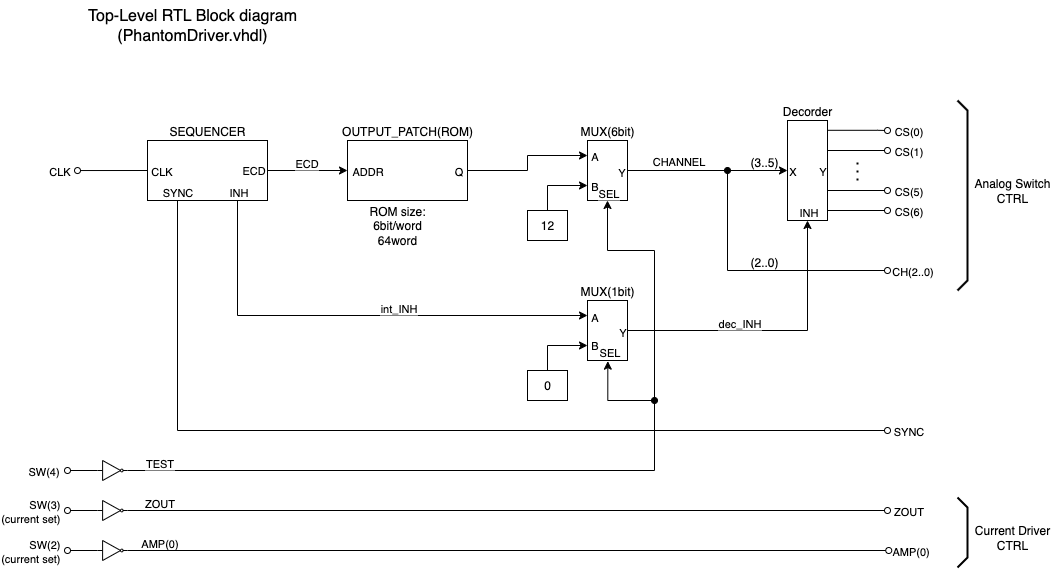
Above: figures/ER524D_HDL_TopLevel_BlockDiagram.drawio.png in mm011106/CalCoilDriver (draw.io), before the change. Source tidied: cells renumbered, new cells last; positions are measured from the earlier drawing's top-left corner, leaving out a move shared by most shapes.
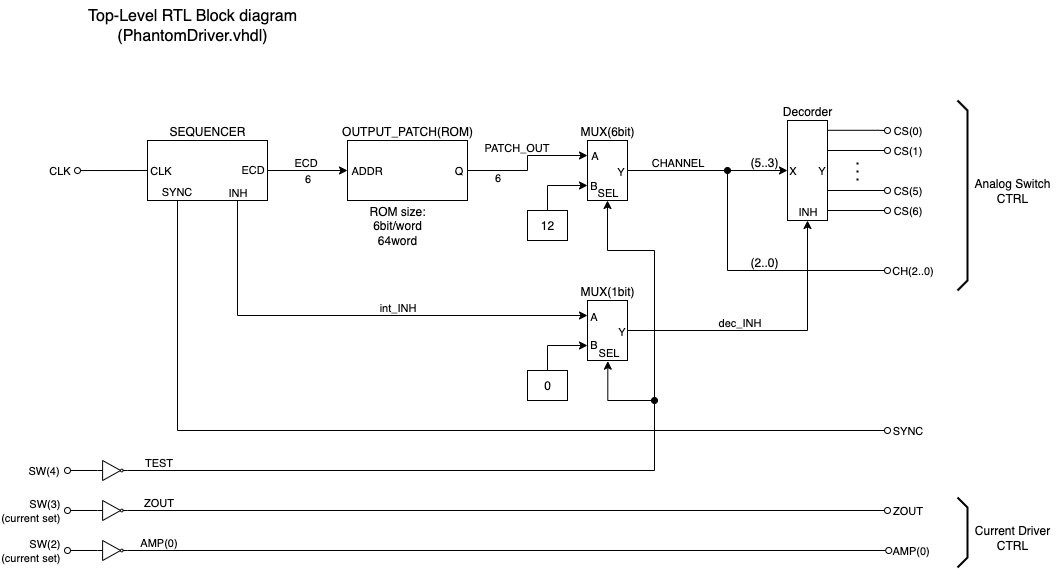
Later version of the same file.

Commit message:
ER524D_HDL_TopLevel_BlockDiagram.drawio.png を追加しました。

Change to the diagram source:
```diff
@@ -32,7 +32,7 @@
     <mxCell id="8" value="MUX(1bit)" style="rounded=0;whiteSpace=wrap;html=1;labelPosition=center;verticalLabelPosition=top;align=center;verticalAlign=bottom;" parent="1" vertex="1">
       <mxGeometry x="520" y="300" width="40" height="60" as="geometry" />
     </mxCell>
-    <mxCell id="9" value="(3..5)" style="text;html=1;align=center;verticalAlign=middle;whiteSpace=wrap;rounded=0;" parent="1" vertex="1">
+    <mxCell id="9" value="(5..3)" style="text;html=1;align=center;verticalAlign=middle;whiteSpace=wrap;rounded=0;" parent="1" vertex="1">
       <mxGeometry x="667" y="147" width="60" height="30" as="geometry" />
     </mxCell>
     <mxCell id="10" value="Decorder" style="rounded=0;whiteSpace=wrap;html=1;labelPosition=center;verticalLabelPosition=top;align=center;verticalAlign=bottom;" parent="1" vertex="1">
@@ -78,6 +78,11 @@
         <mxPoint x="-32" as="offset" />
       </mxGeometry>
     </mxCell>
+    <mxCell id="78" value="6" style="edgeLabel;html=1;align=center;verticalAlign=middle;" parent="14" vertex="1">
+      <mxGeometry relative="1" as="geometry">
+        <mxPoint y="8" as="offset" />
+      </mxGeometry>
+    </mxCell>
     <mxCell id="18" style="edgeStyle=orthogonalEdgeStyle;rounded=0;jettySize=auto;html=1;exitX=0.75;exitY=1;exitDx=0;exitDy=0;entryX=0;entryY=0.25;entryDx=0;entryDy=0;" parent="1" edge="1" source="3" target="8">
       <mxGeometry relative="1" as="geometry" />
     </mxCell>
@@ -109,12 +114,22 @@
         <mxPoint x="-23" as="offset" />
       </mxGeometry>
     </mxCell>
+    <mxCell id="79" value="6" style="edgeLabel;html=1;align=center;verticalAlign=middle;" parent="22" vertex="1">
+      <mxGeometry x="-0.56" y="-2" relative="1" as="geometry">
+        <mxPoint y="5" as="offset" />
+      </mxGeometry>
+    </mxCell>
+    <mxCell id="80" value="PATCH_OUT" style="edgeLabel;html=1;align=center;verticalAlign=middle;" parent="22" vertex="1">
+      <mxGeometry x="-0.27" relative="1" as="geometry">
+        <mxPoint y="-23" as="offset" />
+      </mxGeometry>
+    </mxCell>
     <mxCell id="25" style="edgeStyle=orthogonalEdgeStyle;rounded=0;jettySize=auto;html=1;exitX=1;exitY=0.5;exitDx=0;exitDy=0;entryX=0;entryY=0.5;entryDx=0;entryDy=0;" parent="1" edge="1" source="2" target="10">
       <mxGeometry relative="1" as="geometry" />
     </mxCell>
     <mxCell id="26" value="CHANNEL" style="edgeLabel;html=1;align=center;verticalAlign=middle;" parent="25" vertex="1">
       <mxGeometry x="-0.58" y="1" relative="1" as="geometry">
-        <mxPoint x="16" y="-9" as="offset" />
+        <mxPoint x="16" y="-7" as="offset" />
       </mxGeometry>
     </mxCell>
     <mxCell id="27" value="X" style="edgeLabel;html=1;align=center;verticalAlign=middle;" parent="25" vertex="1">
```
